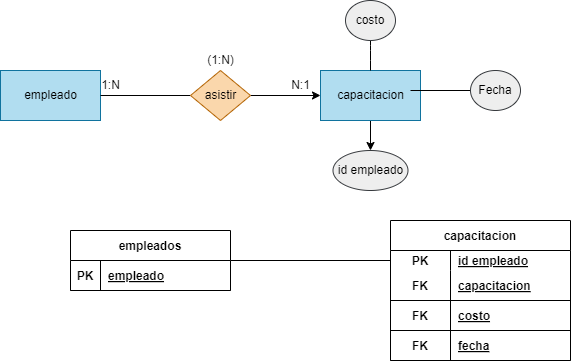
Earlier version of the draw.io export BAE/Tareas/Unidad2/Images/Ejercicio10.drawio.png (ResetMeNow/DAW). Source tidied: cells renumbered, new cells last; positions are measured from the earlier drawing's top-left corner, leaving out a move shared by most shapes. Its diagram source:
```xml
<mxGraphModel>
  <root>
    <mxCell id="0" />
    <mxCell id="1" parent="0" />
    <mxCell id="2" style="edgeStyle=none;html=1;entryX=0;entryY=0.5;entryDx=0;entryDy=0;endArrow=none;endFill=0;" parent="1" edge="1" source="3" target="8">
      <mxGeometry relative="1" as="geometry" />
    </mxCell>
    <mxCell id="3" value="empleados" style="shape=table;startSize=30;rowLines=0;fontStyle=1;align=center;" parent="1" vertex="1">
      <mxGeometry x="70" y="230" width="160" height="60" as="geometry" />
    </mxCell>
    <mxCell id="4" style="shape=tableRow;horizontal=0;startSize=0;swimlaneHead=0;swimlaneBody=0;fillColor=none;top=0;left=0;right=0;bottom=1;" parent="3" vertex="1">
      <mxGeometry y="30" width="160" height="30" as="geometry" />
    </mxCell>
    <mxCell id="5" value="PK" style="shape=partialRectangle;fillColor=none;top=0;left=0;bottom=0;right=0;fontStyle=1;overflow=hidden;" parent="4" vertex="1">
      <mxGeometry width="30" height="30" as="geometry" />
    </mxCell>
    <mxCell id="6" value="empleado" style="shape=partialRectangle;fillColor=none;top=0;left=0;bottom=0;right=0;align=left;spacingLeft=6;fontStyle=5;overflow=hidden;" parent="4" vertex="1">
      <mxGeometry x="30" width="130" height="30" as="geometry" />
    </mxCell>
    <mxCell id="7" value="capacitacion" style="shape=table;startSize=30;rowLines=0;fontStyle=1;align=center;" parent="1" vertex="1">
      <mxGeometry x="390" y="220" width="180" height="140" as="geometry" />
    </mxCell>
    <mxCell id="8" style="shape=tableRow;horizontal=0;startSize=0;swimlaneHead=0;swimlaneBody=0;fillColor=none;points=[[0,0.5],[1,0.5]];portConstraint=eastwest;top=0;left=0;right=0;bottom=0;" parent="7" vertex="1">
      <mxGeometry y="30" width="180" height="20" as="geometry" />
    </mxCell>
    <mxCell id="9" value="PK" style="shape=partialRectangle;fillColor=none;top=0;left=0;bottom=0;right=0;fontStyle=1;overflow=hidden;" parent="8" vertex="1">
      <mxGeometry width="60" height="20" as="geometry" />
    </mxCell>
    <mxCell id="10" value="id empleado" style="shape=partialRectangle;fillColor=none;top=0;left=0;bottom=0;right=0;align=left;spacingLeft=6;fontStyle=5;overflow=hidden;" parent="8" vertex="1">
      <mxGeometry x="60" width="120" height="20" as="geometry" />
    </mxCell>
    <mxCell id="11" style="shape=tableRow;horizontal=0;startSize=0;swimlaneHead=0;swimlaneBody=0;fillColor=none;top=0;left=0;right=0;bottom=1;" parent="7" vertex="1">
      <mxGeometry y="50" width="180" height="30" as="geometry" />
    </mxCell>
    <mxCell id="12" value="FK" style="shape=partialRectangle;fillColor=none;top=0;left=0;bottom=0;right=0;fontStyle=1;overflow=hidden;" parent="11" vertex="1">
      <mxGeometry width="60" height="30" as="geometry" />
    </mxCell>
    <mxCell id="13" value="capacitacion" style="shape=partialRectangle;fillColor=none;top=0;left=0;bottom=0;right=0;align=left;spacingLeft=6;fontStyle=5;overflow=hidden;" parent="11" vertex="1">
      <mxGeometry x="60" width="120" height="30" as="geometry" />
    </mxCell>
    <mxCell id="14" style="shape=tableRow;horizontal=0;startSize=0;swimlaneHead=0;swimlaneBody=0;fillColor=none;top=0;left=0;right=0;bottom=1;" parent="7" vertex="1">
      <mxGeometry y="80" width="180" height="30" as="geometry" />
    </mxCell>
    <mxCell id="15" value="FK" style="shape=partialRectangle;fillColor=none;top=0;left=0;bottom=0;right=0;fontStyle=1;overflow=hidden;" parent="14" vertex="1">
      <mxGeometry width="60" height="30" as="geometry" />
    </mxCell>
    <mxCell id="16" value="costo" style="shape=partialRectangle;fillColor=none;top=0;left=0;bottom=0;right=0;align=left;spacingLeft=6;fontStyle=5;overflow=hidden;" parent="14" vertex="1">
      <mxGeometry x="60" width="120" height="30" as="geometry" />
    </mxCell>
    <mxCell id="17" style="shape=tableRow;horizontal=0;startSize=0;swimlaneHead=0;swimlaneBody=0;fillColor=none;top=0;left=0;right=0;bottom=1;" parent="7" vertex="1">
      <mxGeometry y="110" width="180" height="30" as="geometry" />
    </mxCell>
    <mxCell id="18" value="FK" style="shape=partialRectangle;fillColor=none;top=0;left=0;bottom=0;right=0;fontStyle=1;overflow=hidden;" parent="17" vertex="1">
      <mxGeometry width="60" height="30" as="geometry" />
    </mxCell>
    <mxCell id="19" value="fecha" style="shape=partialRectangle;fillColor=none;top=0;left=0;bottom=0;right=0;align=left;spacingLeft=6;fontStyle=5;overflow=hidden;" parent="17" vertex="1">
      <mxGeometry x="60" width="120" height="30" as="geometry" />
    </mxCell>
    <mxCell id="20" value="empleado" style="html=1;dashed=0;whitespace=wrap;fillColor=#b1ddf0;strokeColor=#10739e;" parent="1" vertex="1">
      <mxGeometry y="70" width="100" height="50" as="geometry" />
    </mxCell>
    <mxCell id="21" style="edgeStyle=none;html=1;endArrow=classic;endFill=1;" parent="1" edge="1" source="22" target="33">
      <mxGeometry relative="1" as="geometry" />
    </mxCell>
    <mxCell id="22" value="capacitacion" style="html=1;dashed=0;whitespace=wrap;fillColor=#b1ddf0;strokeColor=#10739e;" parent="1" vertex="1">
      <mxGeometry x="320" y="70" width="100" height="50" as="geometry" />
    </mxCell>
    <mxCell id="23" style="edgeStyle=none;html=1;entryX=0;entryY=0.5;entryDx=0;entryDy=0;endArrow=classic;endFill=1;" parent="1" edge="1" source="25" target="22">
      <mxGeometry relative="1" as="geometry" />
    </mxCell>
    <mxCell id="24" style="edgeStyle=none;html=1;entryX=1;entryY=0.5;entryDx=0;entryDy=0;endArrow=none;endFill=0;" parent="1" edge="1" source="25" target="20">
      <mxGeometry relative="1" as="geometry" />
    </mxCell>
    <mxCell id="25" value="asistir" style="shape=rhombus;html=1;dashed=0;whitespace=wrap;perimeter=rhombusPerimeter;fillColor=#fad7ac;strokeColor=#b46504;" parent="1" vertex="1">
      <mxGeometry x="190" y="70" width="60" height="50" as="geometry" />
    </mxCell>
    <mxCell id="26" value="1:N" style="text;html=1;align=center;verticalAlign=middle;strokeColor=none;fillColor=none;" parent="1" vertex="1">
      <mxGeometry x="90" y="70" width="40" height="30" as="geometry" />
    </mxCell>
    <mxCell id="27" value="N:1" style="text;html=1;align=center;verticalAlign=middle;strokeColor=none;fillColor=none;" parent="1" vertex="1">
      <mxGeometry x="280" y="70" width="40" height="30" as="geometry" />
    </mxCell>
    <mxCell id="28" value="(1:N)" style="text;html=1;align=center;verticalAlign=middle;strokeColor=none;fillColor=none;" parent="1" vertex="1">
      <mxGeometry x="195" y="45" width="50" height="30" as="geometry" />
    </mxCell>
    <mxCell id="29" style="edgeStyle=none;html=1;entryX=0.9;entryY=0.4;entryDx=0;entryDy=0;entryPerimeter=0;endArrow=none;endFill=0;" parent="1" edge="1" source="30" target="22">
      <mxGeometry relative="1" as="geometry" />
    </mxCell>
    <mxCell id="30" value="Fecha" style="ellipse;whiteSpace=wrap;html=1;align=center;fillColor=#eeeeee;strokeColor=#36393d;" parent="1" vertex="1">
      <mxGeometry x="470" y="70" width="50" height="40" as="geometry" />
    </mxCell>
    <mxCell id="31" style="edgeStyle=none;html=1;entryX=0.5;entryY=0;entryDx=0;entryDy=0;endArrow=none;endFill=0;" parent="1" edge="1" source="32" target="22">
      <mxGeometry relative="1" as="geometry">
        <Array as="points">
          <mxPoint x="370" y="50" />
        </Array>
      </mxGeometry>
    </mxCell>
    <mxCell id="32" value="costo" style="ellipse;whiteSpace=wrap;html=1;align=center;fillColor=#eeeeee;strokeColor=#36393d;" parent="1" vertex="1">
      <mxGeometry x="345" width="50" height="40" as="geometry" />
    </mxCell>
    <mxCell id="33" value="id empleado" style="ellipse;whiteSpace=wrap;html=1;align=center;fillColor=#eeeeee;strokeColor=#36393d;" parent="1" vertex="1">
      <mxGeometry x="332.5" y="150" width="75" height="40" as="geometry" />
    </mxCell>
  </root>
</mxGraphModel>
```
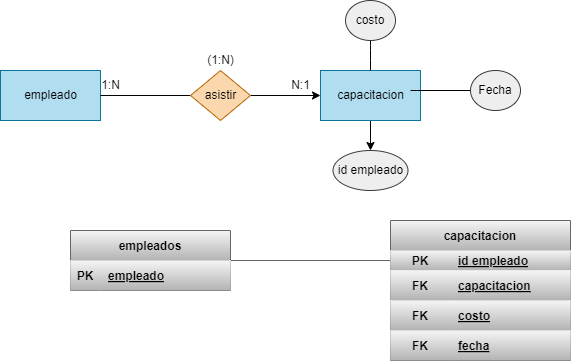
Above is the later version.

What changed in the source:
```diff
@@ -2,58 +2,58 @@
   <root>
     <mxCell id="0" />
     <mxCell id="1" parent="0" />
-    <mxCell id="2" style="edgeStyle=none;html=1;entryX=0;entryY=0.5;entryDx=0;entryDy=0;endArrow=none;endFill=0;" parent="1" edge="1" source="3" target="8">
+    <mxCell id="2" style="edgeStyle=none;html=1;entryX=0;entryY=0.5;entryDx=0;entryDy=0;endArrow=none;endFill=0;fillColor=#f5f5f5;gradientColor=#b3b3b3;strokeColor=#666666;" parent="1" edge="1" source="3" target="8">
       <mxGeometry relative="1" as="geometry" />
     </mxCell>
-    <mxCell id="3" value="empleados" style="shape=table;startSize=30;rowLines=0;fontStyle=1;align=center;" parent="1" vertex="1">
+    <mxCell id="3" value="empleados" style="shape=table;startSize=30;rowLines=0;fontStyle=1;align=center;fillColor=#f5f5f5;gradientColor=#b3b3b3;strokeColor=#666666;" parent="1" vertex="1">
       <mxGeometry x="70" y="230" width="160" height="60" as="geometry" />
     </mxCell>
-    <mxCell id="4" style="shape=tableRow;horizontal=0;startSize=0;swimlaneHead=0;swimlaneBody=0;fillColor=none;top=0;left=0;right=0;bottom=1;" parent="3" vertex="1">
+    <mxCell id="4" style="shape=tableRow;horizontal=0;startSize=0;swimlaneHead=0;swimlaneBody=0;fillColor=#f5f5f5;top=0;left=0;right=0;bottom=1;gradientColor=#b3b3b3;strokeColor=#666666;" parent="3" vertex="1">
       <mxGeometry y="30" width="160" height="30" as="geometry" />
     </mxCell>
-    <mxCell id="5" value="PK" style="shape=partialRectangle;fillColor=none;top=0;left=0;bottom=0;right=0;fontStyle=1;overflow=hidden;" parent="4" vertex="1">
+    <mxCell id="5" value="PK" style="shape=partialRectangle;fillColor=#f5f5f5;top=0;left=0;bottom=0;right=0;fontStyle=1;overflow=hidden;gradientColor=#b3b3b3;strokeColor=#666666;" parent="4" vertex="1">
       <mxGeometry width="30" height="30" as="geometry" />
     </mxCell>
-    <mxCell id="6" value="empleado" style="shape=partialRectangle;fillColor=none;top=0;left=0;bottom=0;right=0;align=left;spacingLeft=6;fontStyle=5;overflow=hidden;" parent="4" vertex="1">
+    <mxCell id="6" value="empleado" style="shape=partialRectangle;fillColor=#f5f5f5;top=0;left=0;bottom=0;right=0;align=left;spacingLeft=6;fontStyle=5;overflow=hidden;gradientColor=#b3b3b3;strokeColor=#666666;" parent="4" vertex="1">
       <mxGeometry x="30" width="130" height="30" as="geometry" />
     </mxCell>
-    <mxCell id="7" value="capacitacion" style="shape=table;startSize=30;rowLines=0;fontStyle=1;align=center;" parent="1" vertex="1">
+    <mxCell id="7" value="capacitacion" style="shape=table;startSize=30;rowLines=0;fontStyle=1;align=center;fillColor=#f5f5f5;gradientColor=#b3b3b3;strokeColor=#666666;" parent="1" vertex="1">
       <mxGeometry x="390" y="220" width="180" height="140" as="geometry" />
     </mxCell>
-    <mxCell id="8" style="shape=tableRow;horizontal=0;startSize=0;swimlaneHead=0;swimlaneBody=0;fillColor=none;points=[[0,0.5],[1,0.5]];portConstraint=eastwest;top=0;left=0;right=0;bottom=0;" parent="7" vertex="1">
+    <mxCell id="8" style="shape=tableRow;horizontal=0;startSize=0;swimlaneHead=0;swimlaneBody=0;fillColor=#f5f5f5;points=[[0,0.5],[1,0.5]];portConstraint=eastwest;top=0;left=0;right=0;bottom=0;gradientColor=#b3b3b3;strokeColor=#666666;" parent="7" vertex="1">
       <mxGeometry y="30" width="180" height="20" as="geometry" />
     </mxCell>
-    <mxCell id="9" value="PK" style="shape=partialRectangle;fillColor=none;top=0;left=0;bottom=0;right=0;fontStyle=1;overflow=hidden;" parent="8" vertex="1">
+    <mxCell id="9" value="PK" style="shape=partialRectangle;fillColor=#f5f5f5;top=0;left=0;bottom=0;right=0;fontStyle=1;overflow=hidden;gradientColor=#b3b3b3;strokeColor=#666666;" parent="8" vertex="1">
       <mxGeometry width="60" height="20" as="geometry" />
     </mxCell>
-    <mxCell id="10" value="id empleado" style="shape=partialRectangle;fillColor=none;top=0;left=0;bottom=0;right=0;align=left;spacingLeft=6;fontStyle=5;overflow=hidden;" parent="8" vertex="1">
+    <mxCell id="10" value="id empleado" style="shape=partialRectangle;fillColor=#f5f5f5;top=0;left=0;bottom=0;right=0;align=left;spacingLeft=6;fontStyle=5;overflow=hidden;gradientColor=#b3b3b3;strokeColor=#666666;" parent="8" vertex="1">
       <mxGeometry x="60" width="120" height="20" as="geometry" />
     </mxCell>
-    <mxCell id="11" style="shape=tableRow;horizontal=0;startSize=0;swimlaneHead=0;swimlaneBody=0;fillColor=none;top=0;left=0;right=0;bottom=1;" parent="7" vertex="1">
+    <mxCell id="11" style="shape=tableRow;horizontal=0;startSize=0;swimlaneHead=0;swimlaneBody=0;fillColor=#f5f5f5;top=0;left=0;right=0;bottom=1;gradientColor=#b3b3b3;strokeColor=#666666;" parent="7" vertex="1">
       <mxGeometry y="50" width="180" height="30" as="geometry" />
     </mxCell>
-    <mxCell id="12" value="FK" style="shape=partialRectangle;fillColor=none;top=0;left=0;bottom=0;right=0;fontStyle=1;overflow=hidden;" parent="11" vertex="1">
+    <mxCell id="12" value="FK" style="shape=partialRectangle;fillColor=#f5f5f5;top=0;left=0;bottom=0;right=0;fontStyle=1;overflow=hidden;gradientColor=#b3b3b3;strokeColor=#666666;" parent="11" vertex="1">
       <mxGeometry width="60" height="30" as="geometry" />
     </mxCell>
-    <mxCell id="13" value="capacitacion" style="shape=partialRectangle;fillColor=none;top=0;left=0;bottom=0;right=0;align=left;spacingLeft=6;fontStyle=5;overflow=hidden;" parent="11" vertex="1">
+    <mxCell id="13" value="capacitacion" style="shape=partialRectangle;fillColor=#f5f5f5;top=0;left=0;bottom=0;right=0;align=left;spacingLeft=6;fontStyle=5;overflow=hidden;gradientColor=#b3b3b3;strokeColor=#666666;" parent="11" vertex="1">
       <mxGeometry x="60" width="120" height="30" as="geometry" />
     </mxCell>
-    <mxCell id="14" style="shape=tableRow;horizontal=0;startSize=0;swimlaneHead=0;swimlaneBody=0;fillColor=none;top=0;left=0;right=0;bottom=1;" parent="7" vertex="1">
+    <mxCell id="14" style="shape=tableRow;horizontal=0;startSize=0;swimlaneHead=0;swimlaneBody=0;fillColor=#f5f5f5;top=0;left=0;right=0;bottom=1;gradientColor=#b3b3b3;strokeColor=#666666;" parent="7" vertex="1">
       <mxGeometry y="80" width="180" height="30" as="geometry" />
     </mxCell>
-    <mxCell id="15" value="FK" style="shape=partialRectangle;fillColor=none;top=0;left=0;bottom=0;right=0;fontStyle=1;overflow=hidden;" parent="14" vertex="1">
+    <mxCell id="15" value="FK" style="shape=partialRectangle;fillColor=#f5f5f5;top=0;left=0;bottom=0;right=0;fontStyle=1;overflow=hidden;gradientColor=#b3b3b3;strokeColor=#666666;" parent="14" vertex="1">
       <mxGeometry width="60" height="30" as="geometry" />
     </mxCell>
-    <mxCell id="16" value="costo" style="shape=partialRectangle;fillColor=none;top=0;left=0;bottom=0;right=0;align=left;spacingLeft=6;fontStyle=5;overflow=hidden;" parent="14" vertex="1">
+    <mxCell id="16" value="costo" style="shape=partialRectangle;fillColor=#f5f5f5;top=0;left=0;bottom=0;right=0;align=left;spacingLeft=6;fontStyle=5;overflow=hidden;gradientColor=#b3b3b3;strokeColor=#666666;" parent="14" vertex="1">
       <mxGeometry x="60" width="120" height="30" as="geometry" />
     </mxCell>
-    <mxCell id="17" style="shape=tableRow;horizontal=0;startSize=0;swimlaneHead=0;swimlaneBody=0;fillColor=none;top=0;left=0;right=0;bottom=1;" parent="7" vertex="1">
+    <mxCell id="17" style="shape=tableRow;horizontal=0;startSize=0;swimlaneHead=0;swimlaneBody=0;fillColor=#f5f5f5;top=0;left=0;right=0;bottom=1;gradientColor=#b3b3b3;strokeColor=#666666;" parent="7" vertex="1">
       <mxGeometry y="110" width="180" height="30" as="geometry" />
     </mxCell>
-    <mxCell id="18" value="FK" style="shape=partialRectangle;fillColor=none;top=0;left=0;bottom=0;right=0;fontStyle=1;overflow=hidden;" parent="17" vertex="1">
+    <mxCell id="18" value="FK" style="shape=partialRectangle;fillColor=#f5f5f5;top=0;left=0;bottom=0;right=0;fontStyle=1;overflow=hidden;gradientColor=#b3b3b3;strokeColor=#666666;" parent="17" vertex="1">
       <mxGeometry width="60" height="30" as="geometry" />
     </mxCell>
-    <mxCell id="19" value="fecha" style="shape=partialRectangle;fillColor=none;top=0;left=0;bottom=0;right=0;align=left;spacingLeft=6;fontStyle=5;overflow=hidden;" parent="17" vertex="1">
+    <mxCell id="19" value="fecha" style="shape=partialRectangle;fillColor=#f5f5f5;top=0;left=0;bottom=0;right=0;align=left;spacingLeft=6;fontStyle=5;overflow=hidden;gradientColor=#b3b3b3;strokeColor=#666666;" parent="17" vertex="1">
       <mxGeometry x="60" width="120" height="30" as="geometry" />
     </mxCell>
     <mxCell id="20" value="empleado" style="html=1;dashed=0;whitespace=wrap;fillColor=#b1ddf0;strokeColor=#10739e;" parent="1" vertex="1">
```
